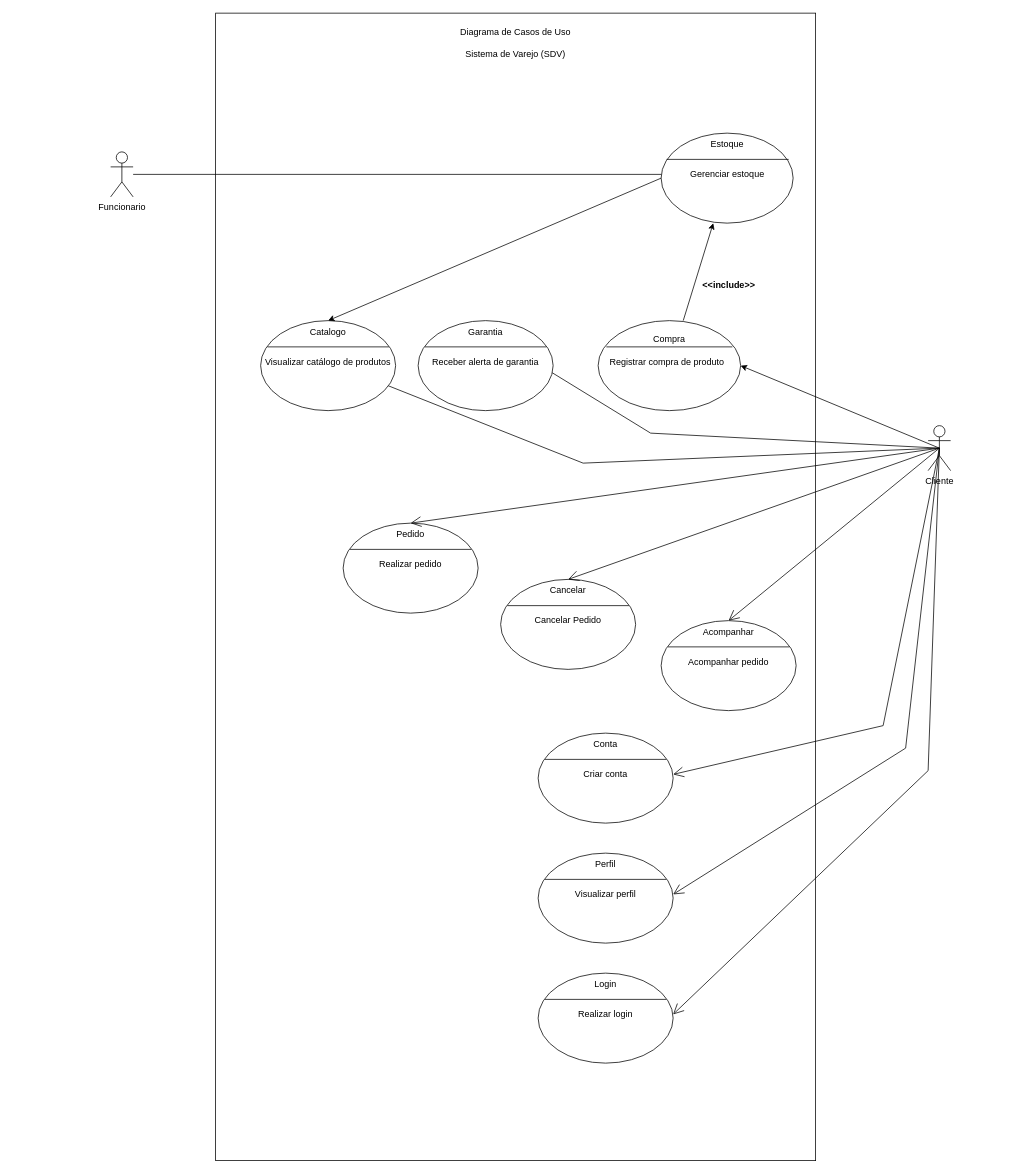
This is APS1.drawio from Seraphiimz/Diagrams, a draw.io file, before an edit. Source tidied: cells renumbered, new cells numbered last; positions are measured from the earlier drawing's top-left corner, leaving out a move shared by most shapes. Both pictures are drawn from the tidied source at 75%, with x=0, y=0 at pixel (110, 13).
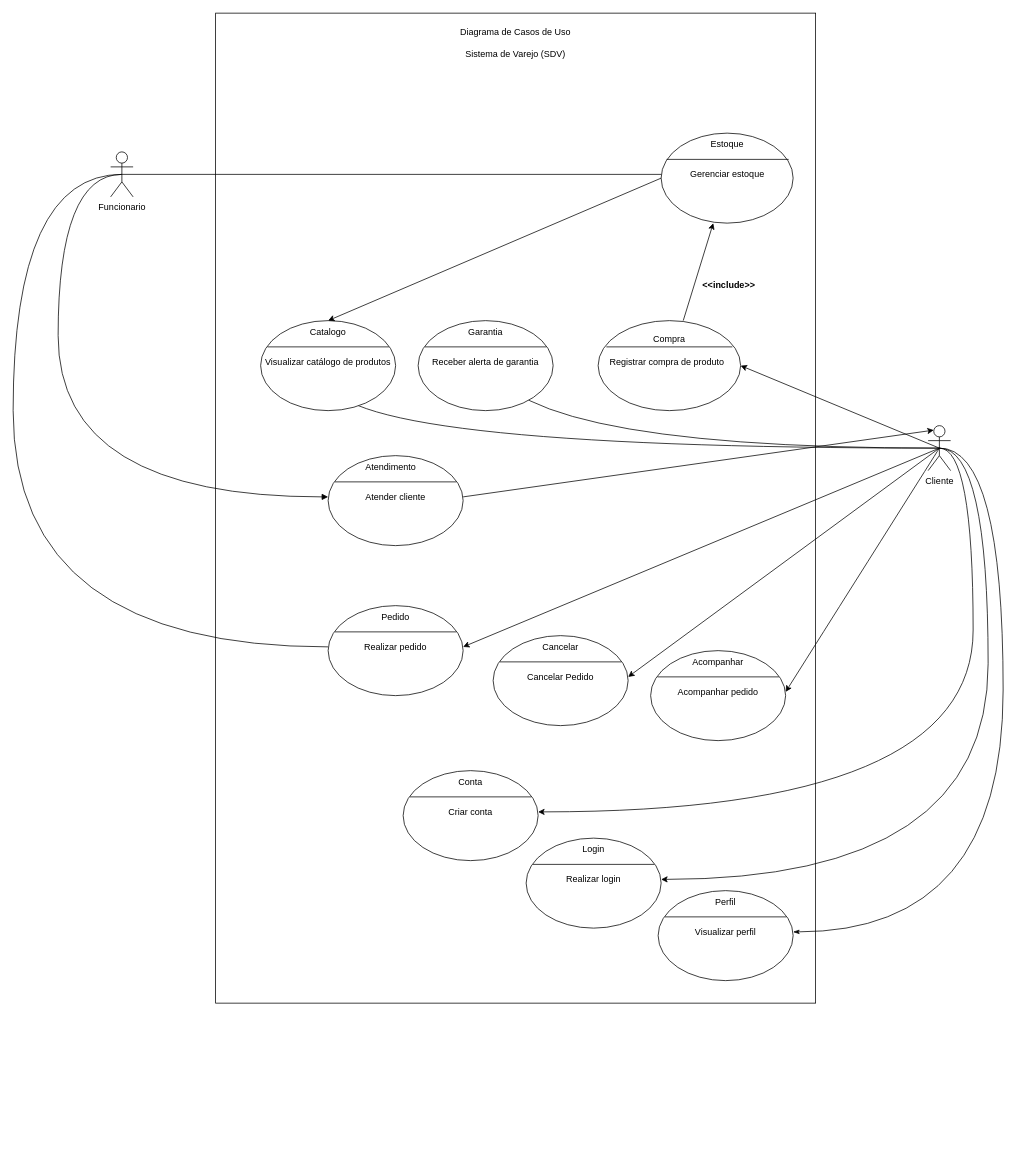
Above is the later version.

Unchanged cells that the change refers to:
```xml
<mxCell id="6" value="Cliente&lt;br&gt;" style="shape=umlActor;verticalLabelPosition=bottom;verticalAlign=top;html=1;" parent="1" vertex="1">
  <mxGeometry x="1090" y="550" width="30" height="60" as="geometry" />
</mxCell>
<mxCell id="8" value="Funcionario" style="shape=umlActor;verticalLabelPosition=bottom;verticalAlign=top;html=1;" parent="1" vertex="1">
  <mxGeometry y="185" width="30" height="60" as="geometry" />
</mxCell>
<mxCell id="12" value="Gerenciar estoque" style="text;html=1;align=center;verticalAlign=middle;fillColor=none;strokeColor=none;whiteSpace=wrap;" parent="9" vertex="1">
  <mxGeometry x="14.7" y="40" width="146.7" height="30" as="geometry" />
</mxCell>
<mxCell id="16" value="Visualizar catálogo de produtos" style="text;html=1;align=center;verticalAlign=middle;fillColor=none;strokeColor=none;whiteSpace=wrap;" parent="13" vertex="1">
  <mxGeometry y="40" width="180" height="30" as="geometry" />
</mxCell>
<mxCell id="18" value="Garantia" style="html=1;strokeColor=none;fillColor=none;align=center;verticalAlign=middle;whiteSpace=wrap;" parent="17" vertex="1">
  <mxGeometry width="180" height="30" as="geometry" />
</mxCell>
<mxCell id="26" value="Pedido" style="html=1;strokeColor=none;fillColor=none;align=center;verticalAlign=middle;whiteSpace=wrap;" parent="25" vertex="1">
  <mxGeometry width="180" height="30" as="geometry" />
</mxCell>
<mxCell id="28" value="Realizar pedido" style="text;html=1;align=center;verticalAlign=middle;fillColor=none;strokeColor=none;whiteSpace=wrap;" parent="25" vertex="1">
  <mxGeometry y="40" width="180" height="30" as="geometry" />
</mxCell>
<mxCell id="30" value="Cancelar" style="html=1;strokeColor=none;fillColor=none;align=center;verticalAlign=middle;whiteSpace=wrap;" parent="29" vertex="1">
  <mxGeometry width="180" height="30" as="geometry" />
</mxCell>
<mxCell id="32" value="Cancelar Pedido" style="text;html=1;align=center;verticalAlign=middle;fillColor=none;strokeColor=none;whiteSpace=wrap;" parent="29" vertex="1">
  <mxGeometry y="40" width="180" height="30" as="geometry" />
</mxCell>
<mxCell id="34" value="Acompanhar" style="html=1;strokeColor=none;fillColor=none;align=center;verticalAlign=middle;whiteSpace=wrap;" parent="33" vertex="1">
  <mxGeometry width="180" height="30" as="geometry" />
</mxCell>
<mxCell id="36" value="Acompanhar pedido" style="text;html=1;align=center;verticalAlign=middle;fillColor=none;strokeColor=none;whiteSpace=wrap;" parent="33" vertex="1">
  <mxGeometry y="40" width="180" height="30" as="geometry" />
</mxCell>
<mxCell id="40" value="Criar conta" style="text;html=1;align=center;verticalAlign=middle;fillColor=none;strokeColor=none;whiteSpace=wrap;" parent="37" vertex="1">
  <mxGeometry y="40" width="180" height="30" as="geometry" />
</mxCell>
<mxCell id="44" value="Realizar login" style="text;html=1;align=center;verticalAlign=middle;fillColor=none;strokeColor=none;whiteSpace=wrap;" parent="41" vertex="1">
  <mxGeometry y="40" width="180" height="30" as="geometry" />
</mxCell>
<mxCell id="48" value="Visualizar perfil" style="text;html=1;align=center;verticalAlign=middle;fillColor=none;strokeColor=none;whiteSpace=wrap;" parent="45" vertex="1">
  <mxGeometry y="40" width="180" height="30" as="geometry" />
</mxCell>
```

What changed in the source:
```diff
@@
     <mxCell id="2" style="rounded=0;whiteSpace=wrap;html=1;" parent="1" vertex="1">
-      <mxGeometry x="140" width="800" height="1530" as="geometry" />
+      <mxGeometry x="140" width="800" height="1320" as="geometry" />
     </mxCell>
@@
-    <mxCell id="4" style="rounded=0;jettySize=auto;html=1;exitX=0.5;exitY=0.5;exitDx=0;exitDy=0;exitPerimeter=0;" parent="1" edge="1" source="6" target="16">
-      <mxGeometry relative="1" as="geometry">
-        <Array as="points">
-          <mxPoint x="630" y="600" />
-        </Array>
-      </mxGeometry>
+    <mxCell id="4" style="rounded=0;jettySize=auto;html=1;exitX=0.5;exitY=0.5;exitDx=0;exitDy=0;exitPerimeter=0;edgeStyle=orthogonalEdgeStyle;curved=1;" parent="1" edge="1" source="6" target="16">
+      <mxGeometry relative="1" as="geometry" />
     </mxCell>
-    <mxCell id="5" style="rounded=0;jettySize=auto;html=1;exitX=0.5;exitY=0.5;exitDx=0;exitDy=0;exitPerimeter=0;" parent="1" edge="1" source="6" target="18">
-      <mxGeometry relative="1" as="geometry">
-        <Array as="points">
-          <mxPoint x="720" y="560" />
-        </Array>
-      </mxGeometry>
+    <mxCell id="5" style="rounded=0;jettySize=auto;html=1;exitX=0.5;exitY=0.5;exitDx=0;exitDy=0;exitPerimeter=0;edgeStyle=orthogonalEdgeStyle;curved=1;" parent="1" edge="1" source="6" target="18">
+      <mxGeometry relative="1" as="geometry" />
     </mxCell>
@@
-    <mxCell id="7" style="edgeStyle=orthogonalEdgeStyle;rounded=0;jettySize=auto;html=1;" parent="1" edge="1" source="8" target="12">
+    <mxCell id="7" style="edgeStyle=orthogonalEdgeStyle;rounded=0;jettySize=auto;html=1;exitX=0.5;exitY=0.5;exitDx=0;exitDy=0;exitPerimeter=0;" parent="1" edge="1" source="8" target="12">
       <mxGeometry relative="1" as="geometry" />
     </mxCell>
@@
     <mxCell id="25" style="shape=ellipse;horizontal=1;html=1;dashed=0;" parent="1" vertex="1">
-      <mxGeometry x="310" y="680" width="180" height="120" as="geometry" />
+      <mxGeometry x="290" y="790" width="180" height="120" as="geometry" />
     </mxCell>
@@
     <mxCell id="29" style="shape=ellipse;horizontal=1;html=1;dashed=0;" parent="1" vertex="1">
-      <mxGeometry x="520" y="755" width="180" height="120" as="geometry" />
+      <mxGeometry x="510" y="830" width="180" height="120" as="geometry" />
     </mxCell>
@@
     <mxCell id="33" style="shape=ellipse;horizontal=1;html=1;dashed=0;" parent="1" vertex="1">
-      <mxGeometry x="734" y="810" width="180" height="120" as="geometry" />
+      <mxGeometry x="720" y="850" width="180" height="120" as="geometry" />
     </mxCell>
@@
     <mxCell id="37" style="shape=ellipse;horizontal=1;html=1;dashed=0;" parent="1" vertex="1">
-      <mxGeometry x="570" y="960" width="180" height="120" as="geometry" />
+      <mxGeometry x="390" y="1010" width="180" height="120" as="geometry" />
     </mxCell>
@@
     <mxCell id="41" style="shape=ellipse;horizontal=1;html=1;dashed=0;" parent="1" vertex="1">
-      <mxGeometry x="570" y="1280" width="180" height="120" as="geometry" />
+      <mxGeometry x="554" y="1100" width="180" height="120" as="geometry" />
     </mxCell>
@@
     <mxCell id="45" style="shape=ellipse;horizontal=1;html=1;dashed=0;" parent="1" vertex="1">
-      <mxGeometry x="570" y="1120" width="180" height="120" as="geometry" />
+      <mxGeometry x="730" y="1170" width="180" height="120" as="geometry" />
     </mxCell>
@@
-    <mxCell id="51" style="endArrow=open;endFill=1;endSize=12;html=1;rounded=0;exitX=0.5;exitY=0.5;exitDx=0;exitDy=0;exitPerimeter=0;entryX=0.5;entryY=0;entryDx=0;entryDy=0;" parent="1" edge="1" source="6" target="34">
-      <mxGeometry relative="1" as="geometry" />
-    </mxCell>
-    <mxCell id="52" style="endArrow=open;endFill=1;endSize=12;html=1;rounded=0;exitX=0.5;exitY=0.5;exitDx=0;exitDy=0;exitPerimeter=0;entryX=0.5;entryY=0;entryDx=0;entryDy=0;" parent="1" edge="1" source="6" target="30">
-      <mxGeometry relative="1" as="geometry" />
-    </mxCell>
-    <mxCell id="53" style="endArrow=open;endFill=1;endSize=12;html=1;rounded=0;exitX=0.5;exitY=0.5;exitDx=0;exitDy=0;exitPerimeter=0;entryX=0.5;entryY=0;entryDx=0;entryDy=0;" parent="1" edge="1" source="6" target="26">
-      <mxGeometry relative="1" as="geometry" />
-    </mxCell>
-    <mxCell id="54" style="endArrow=open;endFill=1;endSize=12;html=1;rounded=0;exitX=0.5;exitY=0.5;exitDx=0;exitDy=0;exitPerimeter=0;entryX=1;entryY=0.5;entryDx=0;entryDy=0;" parent="1" edge="1" source="6" target="40">
+    <mxCell id="54" style="endArrow=classic;endFill=1;html=1;rounded=0;exitX=0.5;exitY=0.5;exitDx=0;exitDy=0;exitPerimeter=0;entryX=1;entryY=0.5;entryDx=0;entryDy=0;edgeStyle=orthogonalEdgeStyle;curved=1;startArrow=none;startFill=0;" parent="1" edge="1" source="6" target="40">
       <mxGeometry relative="1" as="geometry">
         <Array as="points">
-          <mxPoint x="1030" y="950" />
+          <mxPoint x="1150" y="580" />
+          <mxPoint x="1150" y="1065" />
         </Array>
       </mxGeometry>
     </mxCell>
-    <mxCell id="55" style="endArrow=open;endFill=1;endSize=12;html=1;rounded=0;exitX=0.5;exitY=0.5;exitDx=0;exitDy=0;exitPerimeter=0;entryX=1;entryY=0.5;entryDx=0;entryDy=0;" parent="1" edge="1" source="6" target="48">
+    <mxCell id="55" style="endArrow=classicThin;endFill=1;endSize=6;html=1;rounded=0;exitX=0.5;exitY=0.5;exitDx=0;exitDy=0;exitPerimeter=0;entryX=1;entryY=0.5;entryDx=0;entryDy=0;edgeStyle=orthogonalEdgeStyle;curved=1;" parent="1" edge="1" source="6" target="48">
       <mxGeometry relative="1" as="geometry">
         <Array as="points">
-          <mxPoint x="1060" y="980" />
+          <mxPoint x="1190" y="580" />
+          <mxPoint x="1190" y="1225" />
         </Array>
       </mxGeometry>
     </mxCell>
-    <mxCell id="56" style="endArrow=open;endFill=1;endSize=12;html=1;rounded=0;exitX=0.5;exitY=0.5;exitDx=0;exitDy=0;exitPerimeter=0;entryX=1;entryY=0.5;entryDx=0;entryDy=0;" parent="1" edge="1" source="6" target="44">
+    <mxCell id="56" style="endArrow=classic;endFill=1;endSize=6;html=1;rounded=0;exitX=0.5;exitY=0.5;exitDx=0;exitDy=0;exitPerimeter=0;entryX=1;entryY=0.5;entryDx=0;entryDy=0;edgeStyle=orthogonalEdgeStyle;curved=1;" parent="1" edge="1" source="6" target="44">
       <mxGeometry relative="1" as="geometry">
         <Array as="points">
-          <mxPoint x="1090" y="1010" />
+          <mxPoint x="1170" y="580" />
+          <mxPoint x="1170" y="1155" />
         </Array>
       </mxGeometry>
     </mxCell>
@@
+    <mxCell id="60" style="shape=ellipse;horizontal=1;html=1;dashed=0;" parent="1" vertex="1">
+      <mxGeometry x="290" y="590" width="180" height="120" as="geometry" />
+    </mxCell>
+    <mxCell id="61" value="&lt;span style=&quot;white-space: pre;&quot;&gt;&lt;span style=&quot;white-space: pre;&quot;&gt;&#9;&lt;/span&gt;Atendimento&#9;&lt;/span&gt;&lt;span style=&quot;white-space: pre;&quot;&gt;&#9;&lt;/span&gt;" style="html=1;strokeColor=none;fillColor=none;align=center;verticalAlign=middle;whiteSpace=wrap;" parent="60" vertex="1">
+      <mxGeometry width="180" height="30" as="geometry" />
+    </mxCell>
+    <mxCell id="62" style="line;strokeWidth=1;fillColor=none;labelPosition=right;dashed=0;" parent="60" vertex="1">
+      <mxGeometry x="9" y="30" width="162" height="10" as="geometry" />
+    </mxCell>
+    <mxCell id="63" value="Atender cliente" style="text;html=1;align=center;verticalAlign=middle;fillColor=none;strokeColor=none;whiteSpace=wrap;" parent="60" vertex="1">
+      <mxGeometry y="40" width="180" height="30" as="geometry" />
+    </mxCell>
+    <mxCell id="64" style="html=1;verticalAlign=bottom;labelBackgroundColor=none;endArrow=block;endFill=1;rounded=0;exitX=0.5;exitY=0.5;exitDx=0;exitDy=0;exitPerimeter=0;entryX=0;entryY=0.5;entryDx=0;entryDy=0;edgeStyle=orthogonalEdgeStyle;curved=1;" parent="1" edge="1" source="8" target="63">
+      <mxGeometry relative="1" as="geometry">
+        <Array as="points">
+          <mxPoint x="-70" y="215" />
+          <mxPoint x="-70" y="645" />
+        </Array>
+      </mxGeometry>
+    </mxCell>
+    <mxCell id="65" style="edgeStyle=orthogonalEdgeStyle;rounded=0;jettySize=auto;html=1;exitX=0.5;exitY=0.5;exitDx=0;exitDy=0;exitPerimeter=0;endArrow=none;endFill=0;entryX=0;entryY=0.5;entryDx=0;entryDy=0;curved=1;" parent="1" edge="1" source="8" target="28">
+      <mxGeometry relative="1" as="geometry">
+        <Array as="points">
+          <mxPoint x="-130" y="215" />
+          <mxPoint x="-130" y="845" />
+        </Array>
+      </mxGeometry>
+    </mxCell>
+    <mxCell id="66" style="rounded=0;jettySize=auto;html=1;exitX=1;exitY=0.5;exitDx=0;exitDy=0;entryX=0.25;entryY=0.1;entryDx=0;entryDy=0;entryPerimeter=0;" parent="1" edge="1" source="63" target="6">
+      <mxGeometry relative="1" as="geometry" />
+    </mxCell>
+    <mxCell id="67" style="endArrow=classic;html=1;rounded=0;entryX=1;entryY=0.5;entryDx=0;entryDy=0;exitX=0.5;exitY=0.5;exitDx=0;exitDy=0;exitPerimeter=0;" parent="1" edge="1" source="6" target="28">
+      <mxGeometry relative="1" as="geometry" />
+    </mxCell>
+    <mxCell id="68" style="endArrow=classic;html=1;rounded=0;entryX=1;entryY=0.5;entryDx=0;entryDy=0;exitX=0.5;exitY=0.5;exitDx=0;exitDy=0;exitPerimeter=0;" parent="1" edge="1" source="6" target="32">
+      <mxGeometry relative="1" as="geometry" />
+    </mxCell>
+    <mxCell id="69" style="endArrow=classic;html=1;entryX=1;entryY=0.5;entryDx=0;entryDy=0;exitX=0.5;exitY=0.5;exitDx=0;exitDy=0;exitPerimeter=0;curved=1;" parent="1" edge="1" source="6" target="36">
+      <mxGeometry relative="1" as="geometry" />
+    </mxCell>
```
